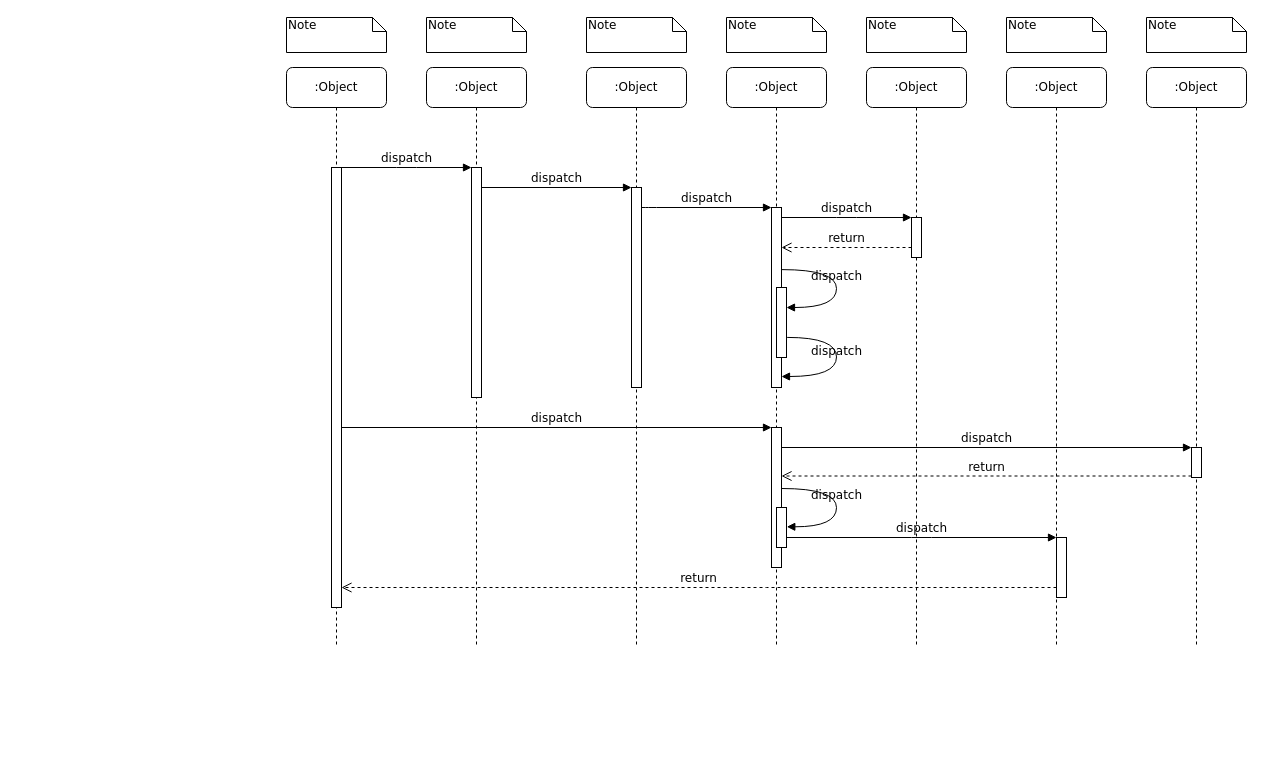
kostark/drawio-repo keeps this draw.io diagram as spring-security-config.drawio. Above is the earlier version. Source tidied: cells renumbered, new cells numbered last; positions are measured from the earlier drawing's top-left corner, leaving out a move shared by most shapes. Both pictures are drawn from the tidied source at 100%, with x=0, y=0 at pixel (286, 17).
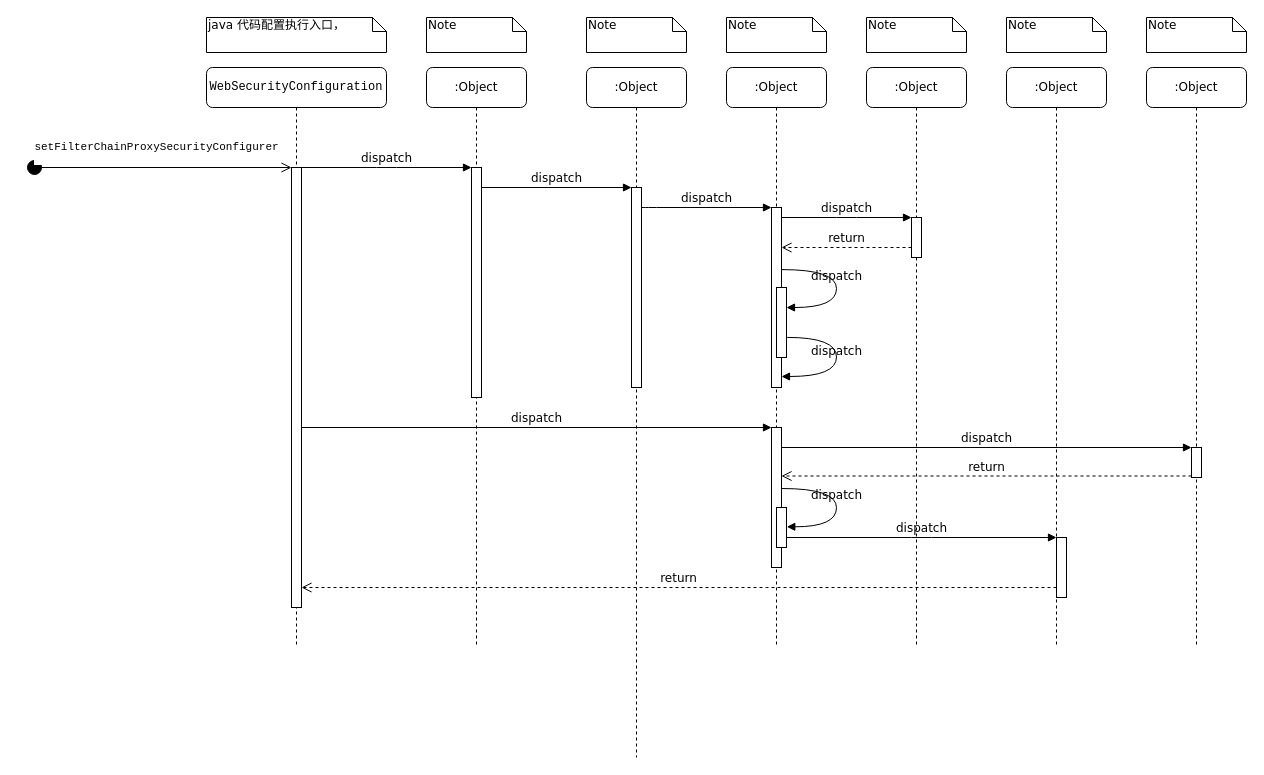
After the change.

The edit, as a diff of the source:
```diff
@@
     <mxCell id="4" value=":Object" style="shape=umlLifeline;perimeter=lifelinePerimeter;whiteSpace=wrap;html=1;rounded=1;shadow=0;comic=0;labelBackgroundColor=none;strokeColor=#000000;strokeWidth=1;fillColor=#FFFFFF;fontFamily=Verdana;fontSize=12;fontColor=#000000;align=center;" parent="1" vertex="1">
-      <mxGeometry x="300" y="50" width="100" height="580" as="geometry" />
+      <mxGeometry x="300" y="50" width="100" height="690" as="geometry" />
     </mxCell>
@@
-    <mxCell id="10" value=":Object" style="shape=umlLifeline;perimeter=lifelinePerimeter;whiteSpace=wrap;html=1;rounded=1;shadow=0;comic=0;labelBackgroundColor=none;strokeColor=#000000;strokeWidth=1;fillColor=#FFFFFF;fontFamily=Verdana;fontSize=12;fontColor=#000000;align=center;" parent="1" vertex="1">
-      <mxGeometry y="50" width="100" height="580" as="geometry" />
+    <mxCell id="10" value="&lt;pre&gt;&lt;span&gt;WebSecurityConfiguration&lt;/span&gt;&lt;/pre&gt;" style="shape=umlLifeline;perimeter=lifelinePerimeter;whiteSpace=wrap;html=1;rounded=1;shadow=0;comic=0;labelBackgroundColor=none;strokeColor=#000000;strokeWidth=1;fillColor=#FFFFFF;fontFamily=Verdana;fontSize=12;fontColor=#000000;align=center;" parent="1" vertex="1">
+      <mxGeometry x="-80" y="50" width="180" height="580" as="geometry" />
     </mxCell>
     <mxCell id="11" style="html=1;points=[];perimeter=orthogonalPerimeter;rounded=0;shadow=0;comic=0;labelBackgroundColor=none;strokeColor=#000000;strokeWidth=1;fillColor=#FFFFFF;fontFamily=Verdana;fontSize=12;fontColor=#000000;align=center;" parent="10" vertex="1">
-      <mxGeometry x="45" y="100" width="10" height="440" as="geometry" />
+      <mxGeometry x="85" y="100" width="10" height="440" as="geometry" />
     </mxCell>
@@
-    <mxCell id="32" value="Note" style="shape=note;whiteSpace=wrap;html=1;size=14;verticalAlign=top;align=left;spacingTop=-6;rounded=0;shadow=0;comic=0;labelBackgroundColor=none;strokeColor=#000000;strokeWidth=1;fillColor=#FFFFFF;fontFamily=Verdana;fontSize=12;fontColor=#000000;" parent="1" vertex="1">
-      <mxGeometry width="100" height="35" as="geometry" />
+    <mxCell id="32" value="java 代码配置执行入口，" style="shape=note;whiteSpace=wrap;html=1;size=14;verticalAlign=top;align=left;spacingTop=-6;rounded=0;shadow=0;comic=0;labelBackgroundColor=none;strokeColor=#000000;strokeWidth=1;fillColor=#FFFFFF;fontFamily=Verdana;fontSize=12;fontColor=#000000;" parent="1" vertex="1">
+      <mxGeometry x="-80" width="180" height="35" as="geometry" />
     </mxCell>
@@
+    <mxCell id="39" value="&lt;pre&gt;&lt;span&gt;setFilterChainProxySecurityConfigurer&lt;/span&gt;&lt;/pre&gt;" style="html=1;verticalAlign=bottom;startArrow=circle;startFill=1;endArrow=open;startSize=6;endSize=8;" parent="1" edge="1">
+      <mxGeometry x="-0.02" relative="1" as="geometry">
+        <mxPoint x="-260" y="150" as="sourcePoint" />
+        <mxPoint x="5" y="150" as="targetPoint" />
+      </mxGeometry>
+    </mxCell>
```
